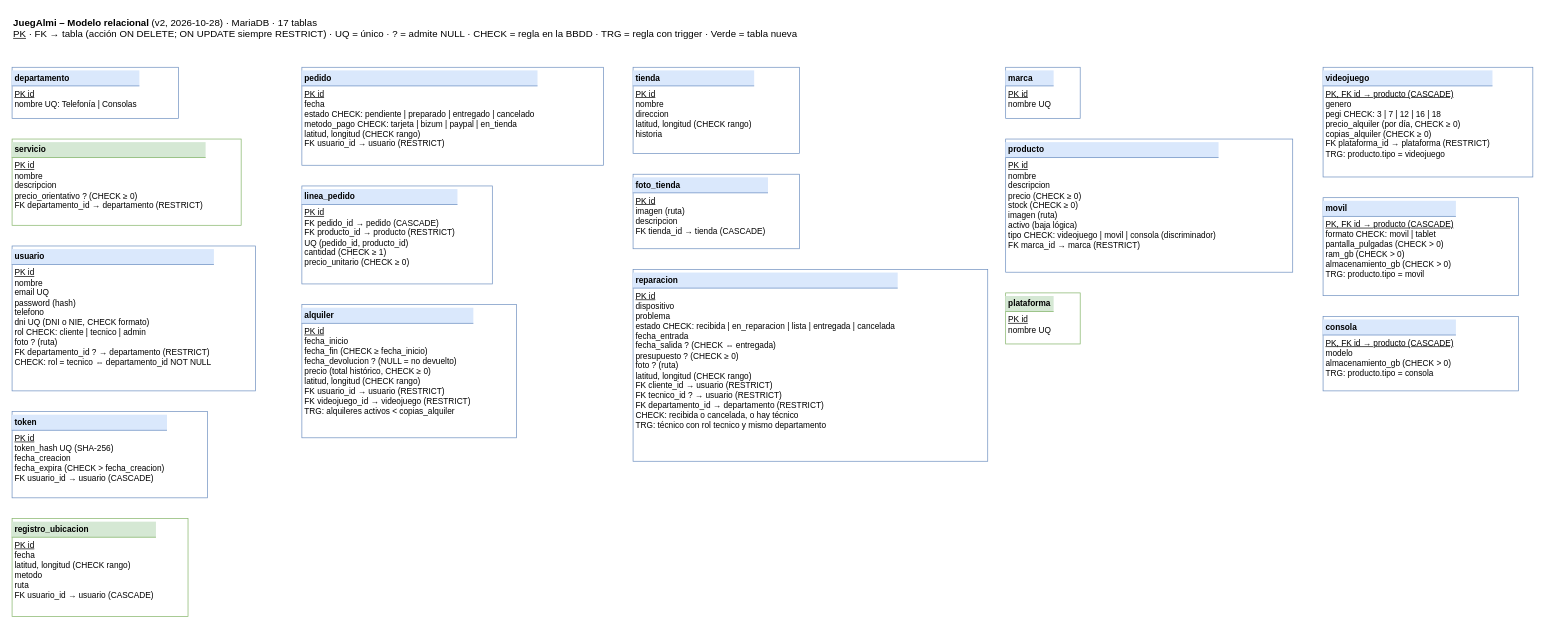
Earlier version of the draw.io diagram page "Modelo relacional" (2 of 2) of docs/er-juegalmi.drawio (landerdam-lab/JuegalmiDam2). Source tidied: cells renumbered, new cells numbered last; positions are measured from the earlier drawing's top-left corner, leaving out a move shared by most shapes. Both pictures are drawn from the tidied source at 69%, with x=0, y=0 at pixel (12, 12).
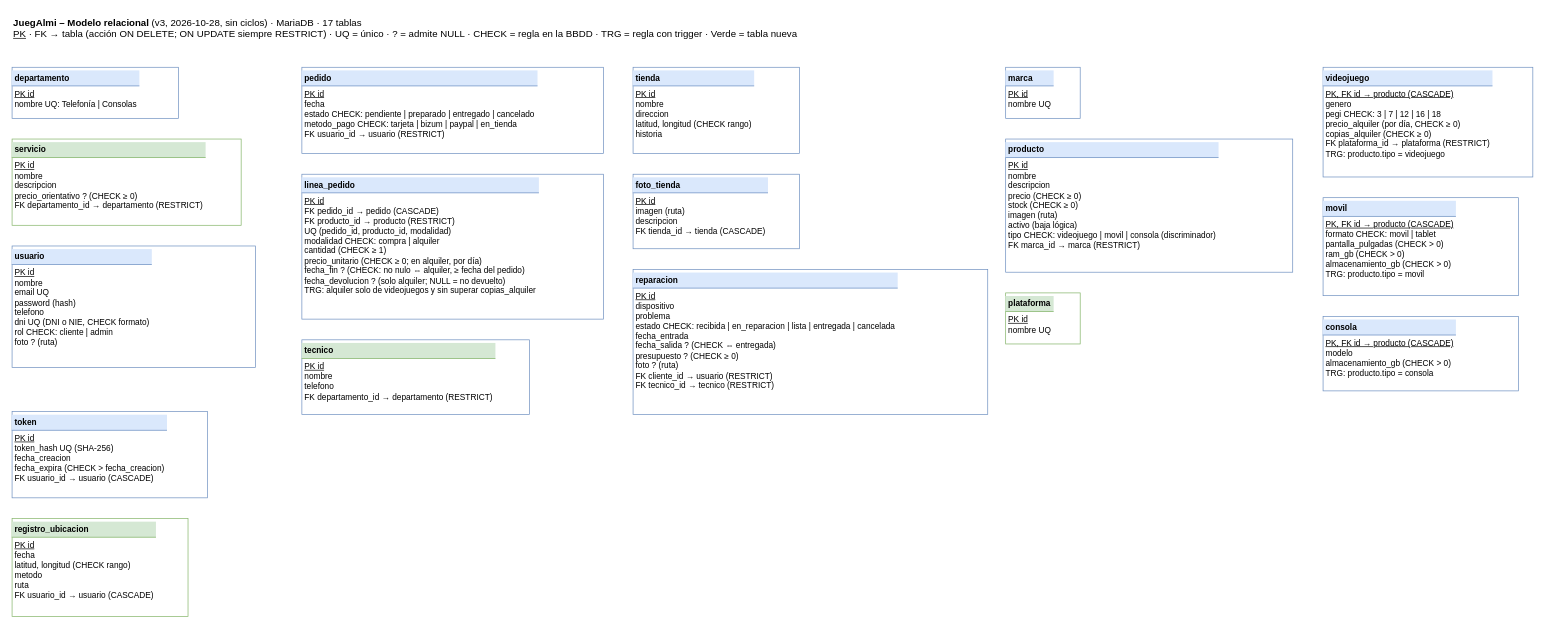
The same page after the edit.

Commit message (it also covers changes not shown here):
Modelo de datos v3: E-R sin ciclos ni redundancia (ADR-023)

Diff of the diagram source:
```diff
@@
 <mxGraphModel>
   <root>
     <mxCell id="0" />
     <mxCell id="1" parent="0" />
-    <mxCell id="2" value="&lt;b&gt;JuegAlmi – Modelo relacional&lt;/b&gt; (v2, 2026-10-28) · MariaDB · 17 tablas&lt;br&gt;&lt;u&gt;PK&lt;/u&gt; · FK → tabla (acción ON DELETE; ON UPDATE siempre RESTRICT) · UQ = único · ? = admite NULL · CHECK = regla en la BBDD · TRG = regla con trigger · Verde = tabla nueva" style="text;html=1;align=left;verticalAlign=top;fontSize=14;" parent="1" vertex="1">
+    <mxCell id="2" value="&lt;b&gt;JuegAlmi – Modelo relacional&lt;/b&gt; (v3, 2026-10-28, sin ciclos) · MariaDB · 17 tablas&lt;br&gt;&lt;u&gt;PK&lt;/u&gt; · FK → tabla (acción ON DELETE; ON UPDATE siempre RESTRICT) · UQ = único · ? = admite NULL · CHECK = regla en la BBDD · TRG = regla con trigger · Verde = tabla nueva" style="text;html=1;align=left;verticalAlign=top;fontSize=14;" parent="1" vertex="1">
       <mxGeometry width="1700" height="50" as="geometry" />
     </mxCell>
     <mxCell id="3" value="&lt;div style='background:#dae8fc;padding:4px;font-weight:bold;border-bottom:1px solid #6c8ebf'&gt;departamento&lt;/div&gt;&lt;div style='padding:4px'&gt;&lt;u&gt;PK id&lt;/u&gt;&lt;br&gt;nombre UQ: Telefonía | Consolas&lt;/div&gt;" style="rounded=0;whiteSpace=wrap;html=1;align=left;verticalAlign=top;spacing=0;fontSize=12;strokeColor=#6c8ebf;" parent="1" vertex="1">
       <mxGeometry y="80" width="241" height="74" as="geometry" />
     </mxCell>
     <mxCell id="4" value="&lt;div style='background:#d5e8d4;padding:4px;font-weight:bold;border-bottom:1px solid #82b366'&gt;servicio&lt;/div&gt;&lt;div style='padding:4px'&gt;&lt;u&gt;PK id&lt;/u&gt;&lt;br&gt;nombre&lt;br&gt;descripcion&lt;br&gt;precio_orientativo ? (CHECK ≥ 0)&lt;br&gt;FK departamento_id → departamento (RESTRICT)&lt;/div&gt;" style="rounded=0;whiteSpace=wrap;html=1;align=left;verticalAlign=top;spacing=0;fontSize=12;strokeColor=#82b366;" parent="1" vertex="1">
       <mxGeometry y="184" width="332" height="125" as="geometry" />
     </mxCell>
-    <mxCell id="5" value="&lt;div style='background:#dae8fc;padding:4px;font-weight:bold;border-bottom:1px solid #6c8ebf'&gt;usuario&lt;/div&gt;&lt;div style='padding:4px'&gt;&lt;u&gt;PK id&lt;/u&gt;&lt;br&gt;nombre&lt;br&gt;email UQ&lt;br&gt;password (hash)&lt;br&gt;telefono&lt;br&gt;dni UQ (DNI o NIE, CHECK formato)&lt;br&gt;rol CHECK: cliente | tecnico | admin&lt;br&gt;foto ? (ruta)&lt;br&gt;FK departamento_id ? → departamento (RESTRICT)&lt;br&gt;CHECK: rol = tecnico ⇔ departamento_id NOT NULL&lt;/div&gt;" style="rounded=0;whiteSpace=wrap;html=1;align=left;verticalAlign=top;spacing=0;fontSize=12;strokeColor=#6c8ebf;" parent="1" vertex="1">
-      <mxGeometry y="339" width="353" height="210" as="geometry" />
+    <mxCell id="5" value="&lt;div style='background:#dae8fc;padding:4px;font-weight:bold;border-bottom:1px solid #6c8ebf'&gt;usuario&lt;/div&gt;&lt;div style='padding:4px'&gt;&lt;u&gt;PK id&lt;/u&gt;&lt;br&gt;nombre&lt;br&gt;email UQ&lt;br&gt;password (hash)&lt;br&gt;telefono&lt;br&gt;dni UQ (DNI o NIE, CHECK formato)&lt;br&gt;rol CHECK: cliente | admin&lt;br&gt;foto ? (ruta)&lt;/div&gt;" style="rounded=0;whiteSpace=wrap;html=1;align=left;verticalAlign=top;spacing=0;fontSize=12;strokeColor=#6c8ebf;" parent="1" vertex="1">
+      <mxGeometry y="339" width="353" height="176" as="geometry" />
     </mxCell>
     <mxCell id="6" value="&lt;div style='background:#dae8fc;padding:4px;font-weight:bold;border-bottom:1px solid #6c8ebf'&gt;token&lt;/div&gt;&lt;div style='padding:4px'&gt;&lt;u&gt;PK id&lt;/u&gt;&lt;br&gt;token_hash UQ (SHA-256)&lt;br&gt;fecha_creacion&lt;br&gt;fecha_expira (CHECK &amp;gt; fecha_creacion)&lt;br&gt;FK usuario_id → usuario (CASCADE)&lt;/div&gt;" style="rounded=0;whiteSpace=wrap;html=1;align=left;verticalAlign=top;spacing=0;fontSize=12;strokeColor=#6c8ebf;" parent="1" vertex="1">
       <mxGeometry y="579" width="283" height="125" as="geometry" />
     </mxCell>
     <mxCell id="7" value="&lt;div style='background:#d5e8d4;padding:4px;font-weight:bold;border-bottom:1px solid #82b366'&gt;registro_ubicacion&lt;/div&gt;&lt;div style='padding:4px'&gt;&lt;u&gt;PK id&lt;/u&gt;&lt;br&gt;fecha&lt;br&gt;latitud, longitud (CHECK rango)&lt;br&gt;metodo&lt;br&gt;ruta&lt;br&gt;FK usuario_id → usuario (CASCADE)&lt;/div&gt;" style="rounded=0;whiteSpace=wrap;html=1;align=left;verticalAlign=top;spacing=0;fontSize=12;strokeColor=#82b366;" parent="1" vertex="1">
       <mxGeometry y="734" width="255" height="142" as="geometry" />
     </mxCell>
     <mxCell id="8" value="&lt;div style='background:#dae8fc;padding:4px;font-weight:bold;border-bottom:1px solid #6c8ebf'&gt;tienda&lt;/div&gt;&lt;div style='padding:4px'&gt;&lt;u&gt;PK id&lt;/u&gt;&lt;br&gt;nombre&lt;br&gt;direccion&lt;br&gt;latitud, longitud (CHECK rango)&lt;br&gt;historia&lt;/div&gt;" style="rounded=0;whiteSpace=wrap;html=1;align=left;verticalAlign=top;spacing=0;fontSize=12;strokeColor=#6c8ebf;" parent="1" vertex="1">
       <mxGeometry x="900" y="80" width="241" height="125" as="geometry" />
     </mxCell>
     <mxCell id="9" value="&lt;div style='background:#dae8fc;padding:4px;font-weight:bold;border-bottom:1px solid #6c8ebf'&gt;foto_tienda&lt;/div&gt;&lt;div style='padding:4px'&gt;&lt;u&gt;PK id&lt;/u&gt;&lt;br&gt;imagen (ruta)&lt;br&gt;descripcion&lt;br&gt;FK tienda_id → tienda (CASCADE)&lt;/div&gt;" style="rounded=0;whiteSpace=wrap;html=1;align=left;verticalAlign=top;spacing=0;fontSize=12;strokeColor=#6c8ebf;" parent="1" vertex="1">
       <mxGeometry x="900" y="235" width="241" height="108" as="geometry" />
     </mxCell>
-    <mxCell id="10" value="&lt;div style='background:#dae8fc;padding:4px;font-weight:bold;border-bottom:1px solid #6c8ebf'&gt;pedido&lt;/div&gt;&lt;div style='padding:4px'&gt;&lt;u&gt;PK id&lt;/u&gt;&lt;br&gt;fecha&lt;br&gt;estado CHECK: pendiente | preparado | entregado | cancelado&lt;br&gt;metodo_pago CHECK: tarjeta | bizum | paypal | en_tienda&lt;br&gt;latitud, longitud (CHECK rango)&lt;br&gt;FK usuario_id → usuario (RESTRICT)&lt;/div&gt;" style="rounded=0;whiteSpace=wrap;html=1;align=left;verticalAlign=top;spacing=0;fontSize=12;strokeColor=#6c8ebf;" parent="1" vertex="1">
-      <mxGeometry x="420" y="80" width="437" height="142" as="geometry" />
+    <mxCell id="10" value="&lt;div style='background:#dae8fc;padding:4px;font-weight:bold;border-bottom:1px solid #6c8ebf'&gt;pedido&lt;/div&gt;&lt;div style='padding:4px'&gt;&lt;u&gt;PK id&lt;/u&gt;&lt;br&gt;fecha&lt;br&gt;estado CHECK: pendiente | preparado | entregado | cancelado&lt;br&gt;metodo_pago CHECK: tarjeta | bizum | paypal | en_tienda&lt;br&gt;FK usuario_id → usuario (RESTRICT)&lt;/div&gt;" style="rounded=0;whiteSpace=wrap;html=1;align=left;verticalAlign=top;spacing=0;fontSize=12;strokeColor=#6c8ebf;" parent="1" vertex="1">
+      <mxGeometry x="420" y="80" width="437" height="125" as="geometry" />
     </mxCell>
-    <mxCell id="11" value="&lt;div style='background:#dae8fc;padding:4px;font-weight:bold;border-bottom:1px solid #6c8ebf'&gt;linea_pedido&lt;/div&gt;&lt;div style='padding:4px'&gt;&lt;u&gt;PK id&lt;/u&gt;&lt;br&gt;FK pedido_id → pedido (CASCADE)&lt;br&gt;FK producto_id → producto (RESTRICT)&lt;br&gt;UQ (pedido_id, producto_id)&lt;br&gt;cantidad (CHECK ≥ 1)&lt;br&gt;precio_unitario (CHECK ≥ 0)&lt;/div&gt;" style="rounded=0;whiteSpace=wrap;html=1;align=left;verticalAlign=top;spacing=0;fontSize=12;strokeColor=#6c8ebf;" parent="1" vertex="1">
-      <mxGeometry x="420" y="252" width="276" height="142" as="geometry" />
+    <mxCell id="11" value="&lt;div style='background:#dae8fc;padding:4px;font-weight:bold;border-bottom:1px solid #6c8ebf'&gt;linea_pedido&lt;/div&gt;&lt;div style='padding:4px'&gt;&lt;u&gt;PK id&lt;/u&gt;&lt;br&gt;FK pedido_id → pedido (CASCADE)&lt;br&gt;FK producto_id → producto (RESTRICT)&lt;br&gt;UQ (pedido_id, producto_id, modalidad)&lt;br&gt;modalidad CHECK: compra | alquiler&lt;br&gt;cantidad (CHECK ≥ 1)&lt;br&gt;precio_unitario (CHECK ≥ 0; en alquiler, por día)&lt;br&gt;fecha_fin ? (CHECK: no nulo ⇔ alquiler, ≥ fecha del pedido)&lt;br&gt;fecha_devolucion ? (solo alquiler; NULL = no devuelto)&lt;br&gt;TRG: alquiler solo de videojuegos y sin superar copias_alquiler&lt;/div&gt;" style="rounded=0;whiteSpace=wrap;html=1;align=left;verticalAlign=top;spacing=0;fontSize=12;strokeColor=#6c8ebf;" parent="1" vertex="1">
+      <mxGeometry x="420" y="235" width="437" height="210" as="geometry" />
     </mxCell>
-    <mxCell id="12" value="&lt;div style='background:#dae8fc;padding:4px;font-weight:bold;border-bottom:1px solid #6c8ebf'&gt;alquiler&lt;/div&gt;&lt;div style='padding:4px'&gt;&lt;u&gt;PK id&lt;/u&gt;&lt;br&gt;fecha_inicio&lt;br&gt;fecha_fin (CHECK ≥ fecha_inicio)&lt;br&gt;fecha_devolucion ? (NULL = no devuelto)&lt;br&gt;precio (total histórico, CHECK ≥ 0)&lt;br&gt;latitud, longitud (CHECK rango)&lt;br&gt;FK usuario_id → usuario (RESTRICT)&lt;br&gt;FK videojuego_id → videojuego (RESTRICT)&lt;br&gt;TRG: alquileres activos &amp;lt; copias_alquiler&lt;/div&gt;" style="rounded=0;whiteSpace=wrap;html=1;align=left;verticalAlign=top;spacing=0;fontSize=12;strokeColor=#6c8ebf;" parent="1" vertex="1">
-      <mxGeometry x="420" y="424" width="311" height="193" as="geometry" />
+    <mxCell id="12" value="&lt;div style='background:#d5e8d4;padding:4px;font-weight:bold;border-bottom:1px solid #82b366'&gt;tecnico&lt;/div&gt;&lt;div style='padding:4px'&gt;&lt;u&gt;PK id&lt;/u&gt;&lt;br&gt;nombre&lt;br&gt;telefono&lt;br&gt;FK departamento_id → departamento (RESTRICT)&lt;/div&gt;" style="rounded=0;whiteSpace=wrap;html=1;align=left;verticalAlign=top;spacing=0;fontSize=12;strokeColor=#6c8ebf;" parent="1" vertex="1">
+      <mxGeometry x="420" y="475" width="330" height="108" as="geometry" />
     </mxCell>
-    <mxCell id="13" value="&lt;div style='background:#dae8fc;padding:4px;font-weight:bold;border-bottom:1px solid #6c8ebf'&gt;reparacion&lt;/div&gt;&lt;div style='padding:4px'&gt;&lt;u&gt;PK id&lt;/u&gt;&lt;br&gt;dispositivo&lt;br&gt;problema&lt;br&gt;estado CHECK: recibida | en_reparacion | lista | entregada | cancelada&lt;br&gt;fecha_entrada&lt;br&gt;fecha_salida ? (CHECK ⇔ entregada)&lt;br&gt;presupuesto ? (CHECK ≥ 0)&lt;br&gt;foto ? (ruta)&lt;br&gt;latitud, longitud (CHECK rango)&lt;br&gt;FK cliente_id → usuario (RESTRICT)&lt;br&gt;FK tecnico_id ? → usuario (RESTRICT)&lt;br&gt;FK departamento_id → departamento (RESTRICT)&lt;br&gt;CHECK: recibida o cancelada, o hay técnico&lt;br&gt;TRG: técnico con rol tecnico y mismo departamento&lt;/div&gt;" style="rounded=0;whiteSpace=wrap;html=1;align=left;verticalAlign=top;spacing=0;fontSize=12;strokeColor=#6c8ebf;" parent="1" vertex="1">
-      <mxGeometry x="900" y="373" width="514" height="278" as="geometry" />
+    <mxCell id="13" value="&lt;div style='background:#dae8fc;padding:4px;font-weight:bold;border-bottom:1px solid #6c8ebf'&gt;reparacion&lt;/div&gt;&lt;div style='padding:4px'&gt;&lt;u&gt;PK id&lt;/u&gt;&lt;br&gt;dispositivo&lt;br&gt;problema&lt;br&gt;estado CHECK: recibida | en_reparacion | lista | entregada | cancelada&lt;br&gt;fecha_entrada&lt;br&gt;fecha_salida ? (CHECK ⇔ entregada)&lt;br&gt;presupuesto ? (CHECK ≥ 0)&lt;br&gt;foto ? (ruta)&lt;br&gt;FK cliente_id → usuario (RESTRICT)&lt;br&gt;FK tecnico_id → tecnico (RESTRICT)&lt;/div&gt;" style="rounded=0;whiteSpace=wrap;html=1;align=left;verticalAlign=top;spacing=0;fontSize=12;strokeColor=#6c8ebf;" parent="1" vertex="1">
+      <mxGeometry x="900" y="373" width="514" height="210" as="geometry" />
     </mxCell>
     <mxCell id="14" value="&lt;div style='background:#dae8fc;padding:4px;font-weight:bold;border-bottom:1px solid #6c8ebf'&gt;marca&lt;/div&gt;&lt;div style='padding:4px'&gt;&lt;u&gt;PK id&lt;/u&gt;&lt;br&gt;nombre UQ&lt;/div&gt;" style="rounded=0;whiteSpace=wrap;html=1;align=left;verticalAlign=top;spacing=0;fontSize=12;strokeColor=#6c8ebf;" parent="1" vertex="1">
       <mxGeometry x="1440" y="80" width="108" height="74" as="geometry" />
     </mxCell>
     <mxCell id="15" value="&lt;div style='background:#dae8fc;padding:4px;font-weight:bold;border-bottom:1px solid #6c8ebf'&gt;producto&lt;/div&gt;&lt;div style='padding:4px'&gt;&lt;u&gt;PK id&lt;/u&gt;&lt;br&gt;nombre&lt;br&gt;descripcion&lt;br&gt;precio (CHECK ≥ 0)&lt;br&gt;stock (CHECK ≥ 0)&lt;br&gt;imagen (ruta)&lt;br&gt;activo (baja lógica)&lt;br&gt;tipo CHECK: videojuego | movil | consola (discriminador)&lt;br&gt;FK marca_id → marca (RESTRICT)&lt;/div&gt;" style="rounded=0;whiteSpace=wrap;html=1;align=left;verticalAlign=top;spacing=0;fontSize=12;strokeColor=#6c8ebf;" parent="1" vertex="1">
       <mxGeometry x="1440" y="184" width="416" height="193" as="geometry" />
     </mxCell>
     <mxCell id="16" value="&lt;div style='background:#d5e8d4;padding:4px;font-weight:bold;border-bottom:1px solid #82b366'&gt;plataforma&lt;/div&gt;&lt;div style='padding:4px'&gt;&lt;u&gt;PK id&lt;/u&gt;&lt;br&gt;nombre UQ&lt;/div&gt;" style="rounded=0;whiteSpace=wrap;html=1;align=left;verticalAlign=top;spacing=0;fontSize=12;strokeColor=#82b366;" parent="1" vertex="1">
       <mxGeometry x="1440" y="407" width="108" height="74" as="geometry" />
     </mxCell>
     <mxCell id="17" value="&lt;div style='background:#dae8fc;padding:4px;font-weight:bold;border-bottom:1px solid #6c8ebf'&gt;videojuego&lt;/div&gt;&lt;div style='padding:4px'&gt;&lt;u&gt;PK, FK id → producto (CASCADE)&lt;/u&gt;&lt;br&gt;genero&lt;br&gt;pegi CHECK: 3 | 7 | 12 | 16 | 18&lt;br&gt;precio_alquiler (por día, CHECK ≥ 0)&lt;br&gt;copias_alquiler (CHECK ≥ 0)&lt;br&gt;FK plataforma_id → plataforma (RESTRICT)&lt;br&gt;TRG: producto.tipo = videojuego&lt;/div&gt;" style="rounded=0;whiteSpace=wrap;html=1;align=left;verticalAlign=top;spacing=0;fontSize=12;strokeColor=#6c8ebf;" parent="1" vertex="1">
       <mxGeometry x="1900" y="80" width="304" height="159" as="geometry" />
     </mxCell>
     <mxCell id="18" value="&lt;div style='background:#dae8fc;padding:4px;font-weight:bold;border-bottom:1px solid #6c8ebf'&gt;movil&lt;/div&gt;&lt;div style='padding:4px'&gt;&lt;u&gt;PK, FK id → producto (CASCADE)&lt;/u&gt;&lt;br&gt;formato CHECK: movil | tablet&lt;br&gt;pantalla_pulgadas (CHECK &amp;gt; 0)&lt;br&gt;ram_gb (CHECK &amp;gt; 0)&lt;br&gt;almacenamiento_gb (CHECK &amp;gt; 0)&lt;br&gt;TRG: producto.tipo = movil&lt;/div&gt;" style="rounded=0;whiteSpace=wrap;html=1;align=left;verticalAlign=top;spacing=0;fontSize=12;strokeColor=#6c8ebf;" parent="1" vertex="1">
       <mxGeometry x="1900" y="269" width="283" height="142" as="geometry" />
     </mxCell>
     <mxCell id="19" value="&lt;div style='background:#dae8fc;padding:4px;font-weight:bold;border-bottom:1px solid #6c8ebf'&gt;consola&lt;/div&gt;&lt;div style='padding:4px'&gt;&lt;u&gt;PK, FK id → producto (CASCADE)&lt;/u&gt;&lt;br&gt;modelo&lt;br&gt;almacenamiento_gb (CHECK &amp;gt; 0)&lt;br&gt;TRG: producto.tipo = consola&lt;/div&gt;" style="rounded=0;whiteSpace=wrap;html=1;align=left;verticalAlign=top;spacing=0;fontSize=12;strokeColor=#6c8ebf;" parent="1" vertex="1">
       <mxGeometry x="1900" y="441" width="283" height="108" as="geometry" />
     </mxCell>
   </root>
 </mxGraphModel>
```
